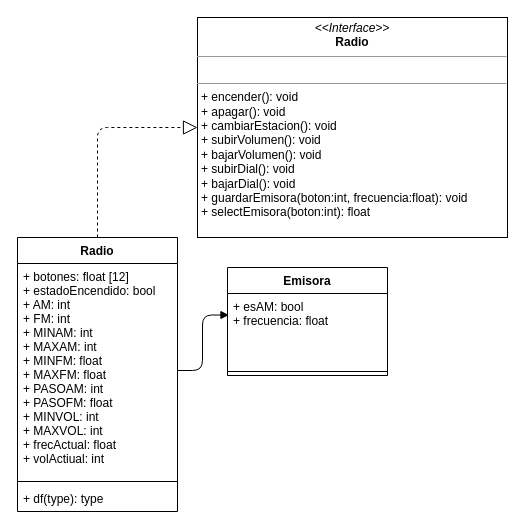
This is todo/UML.drawio from cbotschi3/radio_datos, a draw.io file, before an edit. Source tidied: cells renumbered, new cells numbered last; positions are measured from the earlier drawing's top-left corner, leaving out a move shared by most shapes. Both pictures are drawn from the tidied source at 100%, with x=0, y=0 at pixel (17, 17).
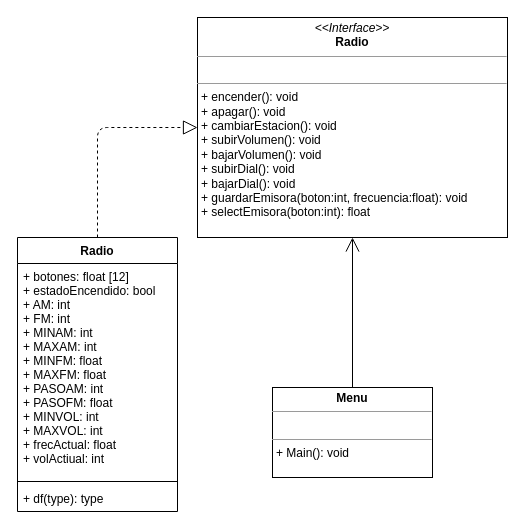
The same diagram, later.

Change to the diagram source:
```diff
@@
 <mxGraphModel>
   <root>
     <mxCell id="0" />
     <mxCell id="1" parent="0" />
     <mxCell id="2" value="Radio" style="swimlane;fontStyle=1;align=center;verticalAlign=top;horizontal=1;startSize=26;" parent="1" vertex="1">
       <mxGeometry y="220" width="160" height="274" as="geometry" />
     </mxCell>
     <mxCell id="3" value="+ botones: float [12]&#10;+ estadoEncendido: bool&#10;+ AM: int&#10;+ FM: int&#10;+ MINAM: int&#10;+ MAXAM: int&#10;+ MINFM: float&#10;+ MAXFM: float&#10;+ PASOAM: int&#10;+ PASOFM: float&#10;+ MINVOL: int&#10;+ MAXVOL: int&#10;+ frecActual: float&#10;+ volActiual: int&#10;&#10;" style="text;strokeColor=none;fillColor=none;align=left;verticalAlign=top;spacingLeft=4;spacingRight=4;overflow=hidden;points=[[0,0.5],[1,0.5]];portConstraint=eastwest;" parent="2" vertex="1">
       <mxGeometry y="26" width="160" height="214" as="geometry" />
     </mxCell>
     <mxCell id="4" style="line;strokeWidth=1;fillColor=none;align=left;verticalAlign=middle;spacingTop=-1;spacingLeft=3;spacingRight=3;labelPosition=right;strokeColor=inherit;" parent="2" vertex="1">
       <mxGeometry y="240" width="160" height="8" as="geometry" />
     </mxCell>
     <mxCell id="5" value="+ df(type): type" style="text;strokeColor=none;fillColor=none;align=left;verticalAlign=top;spacingLeft=4;spacingRight=4;overflow=hidden;" parent="2" vertex="1">
       <mxGeometry y="248" width="160" height="26" as="geometry" />
     </mxCell>
-    <mxCell id="6" value="Emisora" style="swimlane;fontStyle=1;align=center;verticalAlign=top;horizontal=1;startSize=26;" parent="1" vertex="1">
-      <mxGeometry x="210" y="250" width="160" height="108" as="geometry" />
-    </mxCell>
-    <mxCell id="7" value="+ esAM: bool&#10;+ frecuencia: float" style="text;strokeColor=none;fillColor=none;align=left;verticalAlign=top;spacingLeft=4;spacingRight=4;overflow=hidden;points=[[0,0.5],[1,0.5]];portConstraint=eastwest;" parent="6" vertex="1">
-      <mxGeometry y="26" width="160" height="74" as="geometry" />
-    </mxCell>
-    <mxCell id="8" style="line;strokeWidth=1;fillColor=none;align=left;verticalAlign=middle;spacingTop=-1;spacingLeft=3;spacingRight=3;labelPosition=right;strokeColor=inherit;" parent="6" vertex="1">
-      <mxGeometry y="100" width="160" height="8" as="geometry" />
-    </mxCell>
     <mxCell id="9" value="&lt;p style=&quot;margin:0px;margin-top:4px;text-align:center;&quot;&gt;&lt;i&gt;&amp;lt;&amp;lt;Interface&amp;gt;&amp;gt;&lt;/i&gt;&lt;br&gt;&lt;b&gt;Radio&lt;/b&gt;&lt;/p&gt;&lt;hr size=&quot;1&quot;&gt;&lt;p style=&quot;margin:0px;margin-left:4px;&quot;&gt;&lt;br&gt;&lt;/p&gt;&lt;hr size=&quot;1&quot;&gt;&lt;p style=&quot;margin:0px;margin-left:4px;&quot;&gt;+ encender(): void&lt;br&gt;+ apagar(): void&amp;nbsp;&lt;/p&gt;&lt;p style=&quot;margin:0px;margin-left:4px;&quot;&gt;+ cambiarEstacion(): void&lt;/p&gt;&lt;p style=&quot;margin:0px;margin-left:4px;&quot;&gt;+ subirVolumen(): void&lt;/p&gt;&lt;p style=&quot;margin:0px;margin-left:4px;&quot;&gt;+ bajarVolumen(): void&lt;/p&gt;&lt;p style=&quot;margin:0px;margin-left:4px;&quot;&gt;+ subirDial(): void&lt;/p&gt;&lt;p style=&quot;margin:0px;margin-left:4px;&quot;&gt;+ bajarDial(): void&lt;/p&gt;&lt;p style=&quot;margin:0px;margin-left:4px;&quot;&gt;+ guardarEmisora(boton:int, frecuencia:float): void&lt;/p&gt;&lt;p style=&quot;margin:0px;margin-left:4px;&quot;&gt;+ selectEmisora(boton:int): float&lt;/p&gt;&lt;p style=&quot;margin:0px;margin-left:4px;&quot;&gt;&lt;br&gt;&lt;/p&gt;&lt;p style=&quot;margin:0px;margin-left:4px;&quot;&gt;&lt;br&gt;&lt;/p&gt;" style="verticalAlign=top;align=left;overflow=fill;fontSize=12;fontFamily=Helvetica;html=1;" parent="1" vertex="1">
       <mxGeometry x="180" width="310" height="220" as="geometry" />
     </mxCell>
     <mxCell id="10" style="endArrow=block;dashed=1;endFill=0;endSize=12;html=1;exitX=0.5;exitY=0;exitDx=0;exitDy=0;entryX=0;entryY=0.5;entryDx=0;entryDy=0;" parent="1" edge="1" source="2" target="9">
       <mxGeometry relative="1" as="geometry">
         <Array as="points">
           <mxPoint x="80" y="110" />
         </Array>
       </mxGeometry>
     </mxCell>
-    <mxCell id="11" style="endArrow=block;endFill=1;html=1;edgeStyle=orthogonalEdgeStyle;align=left;verticalAlign=top;exitX=1;exitY=0.5;exitDx=0;exitDy=0;entryX=0.009;entryY=0.291;entryDx=0;entryDy=0;entryPerimeter=0;" parent="1" edge="1" source="3" target="7">
-      <mxGeometry x="-1" relative="1" as="geometry" />
-    </mxCell>
+    <mxCell id="12" value="&lt;p style=&quot;margin:0px;margin-top:4px;text-align:center;&quot;&gt;&lt;b&gt;Menu&lt;/b&gt;&lt;/p&gt;&lt;hr size=&quot;1&quot;&gt;&lt;p style=&quot;margin:0px;margin-left:4px;&quot;&gt;&lt;br&gt;&lt;/p&gt;&lt;hr size=&quot;1&quot;&gt;&lt;p style=&quot;margin:0px;margin-left:4px;&quot;&gt;+ Main(): void&lt;/p&gt;" style="verticalAlign=top;align=left;overflow=fill;fontSize=12;fontFamily=Helvetica;html=1;" parent="1" vertex="1">
+      <mxGeometry x="255" y="370" width="160" height="90" as="geometry" />
+    </mxCell>
+    <mxCell id="13" style="endArrow=open;endFill=1;endSize=12;html=1;exitX=0.5;exitY=0;exitDx=0;exitDy=0;entryX=0.5;entryY=1;entryDx=0;entryDy=0;" parent="1" edge="1" source="12" target="9">
+      <mxGeometry relative="1" as="geometry" />
+    </mxCell>
   </root>
 </mxGraphModel>
```
